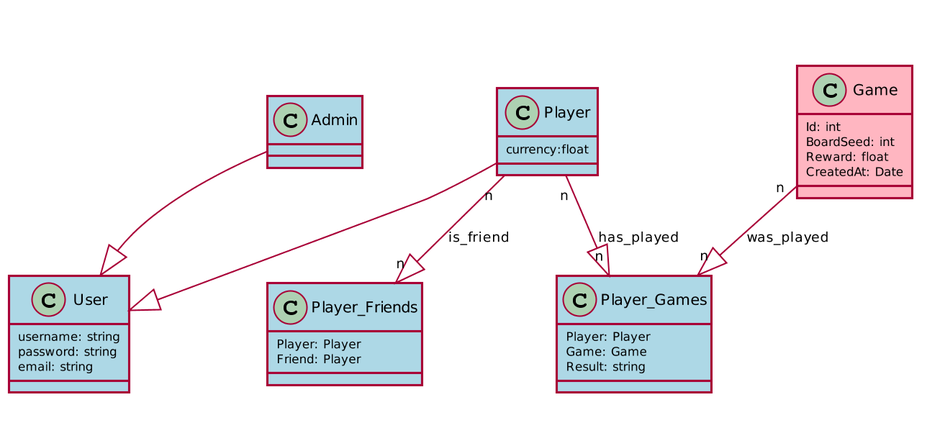
The PlantUML diagram assets/UML_DIAGRAM.png in UdL-EPS-SoftArch/webmemory-api, before a commit.
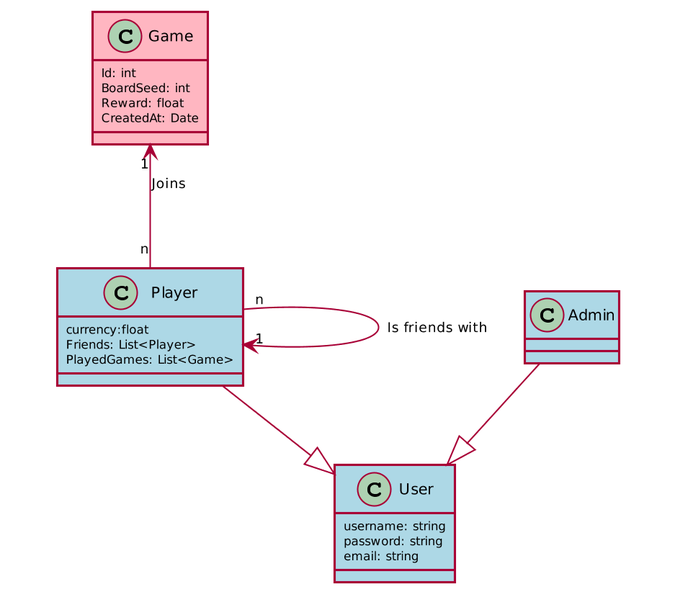
Later version of the same file.

Commit message:
Revised UML diagram

What changed in the source:
```diff
@@ -31,6 +31,8 @@
 package Users <<Layout>>{
   class Player <<User>> {
      currency:float
+     Friends: List<Player>
+     PlayedGames: List<Game>
 
   }
 
@@ -47,26 +49,12 @@
 
 }
 
-package Users <<Layout>> {
-   class Player_Friends <<User>> {
-       Player: Player
-       Friend: Player
-   }
 
-   class Player_Games <<User>> {
-       Player: Player
-       Game: Game
-       Result: string
-   }
-}
+Player "n" --> "1" Player : Is friends with
 
-Player " " --|> " " User
+Game "1" <-- "n" Player : Joins
 
 Admin " " --|> " " User
 
-Player "n" --|> "n" Player_Friends : is_friend
-
-Game "n" --|> "n" Player_Games : was_played
-
-Player "n" --|> "n" Player_Games : has_played
+Player " " --|> " " User
 @enduml
```
